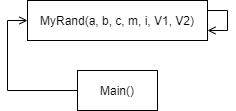
Earlier version of the draw.io export structure.png (fhctyw/Lab5.5). Source tidied: cells renumbered, new cells last; positions are measured from the earlier drawing's top-left corner, leaving out a move shared by most shapes. The source it was exported from:
```xml
<mxGraphModel>
  <root>
    <mxCell id="0" />
    <mxCell id="1" parent="0" />
    <mxCell id="2" style="edgeStyle=orthogonalEdgeStyle;rounded=0;jettySize=auto;html=1;entryX=0;entryY=0.5;entryDx=0;entryDy=0;endArrow=open;endFill=0;" parent="1" edge="1" source="3" target="4">
      <mxGeometry relative="1" as="geometry">
        <Array as="points">
          <mxPoint y="90" />
          <mxPoint y="20" />
        </Array>
      </mxGeometry>
    </mxCell>
    <mxCell id="3" value="Main()" style="rounded=0;whiteSpace=wrap;html=1;" parent="1" vertex="1">
      <mxGeometry x="70" y="70" width="80" height="40" as="geometry" />
    </mxCell>
    <mxCell id="4" value="MyRand(a, b, c, m, i, V1, V2)" style="rounded=0;whiteSpace=wrap;html=1;" parent="1" vertex="1">
      <mxGeometry x="20" width="180" height="40" as="geometry" />
    </mxCell>
    <mxCell id="5" style="edgeStyle=orthogonalEdgeStyle;rounded=0;orthogonalLoop=1;jettySize=auto;html=1;entryX=1;entryY=0.75;entryDx=0;entryDy=0;endArrow=open;endFill=0;" parent="1" edge="1" source="4" target="4">
      <mxGeometry relative="1" as="geometry">
        <Array as="points">
          <mxPoint x="220" y="10" />
          <mxPoint x="220" y="30" />
        </Array>
      </mxGeometry>
    </mxCell>
  </root>
</mxGraphModel>
```
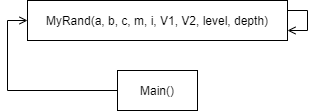
Later version of the same file.

The edit, as a diff of the source:
```diff
@@ -5,22 +5,22 @@
     <mxCell id="2" style="edgeStyle=orthogonalEdgeStyle;rounded=0;jettySize=auto;html=1;entryX=0;entryY=0.5;entryDx=0;entryDy=0;endArrow=open;endFill=0;" parent="1" edge="1" source="3" target="4">
       <mxGeometry relative="1" as="geometry">
         <Array as="points">
-          <mxPoint y="90" />
-          <mxPoint y="20" />
+          <mxPoint x="-10" y="90" />
+          <mxPoint x="-10" y="20" />
         </Array>
       </mxGeometry>
     </mxCell>
     <mxCell id="3" value="Main()" style="rounded=0;whiteSpace=wrap;html=1;" parent="1" vertex="1">
-      <mxGeometry x="70" y="70" width="80" height="40" as="geometry" />
+      <mxGeometry x="100" y="70" width="80" height="40" as="geometry" />
     </mxCell>
-    <mxCell id="4" value="MyRand(a, b, c, m, i, V1, V2)" style="rounded=0;whiteSpace=wrap;html=1;" parent="1" vertex="1">
-      <mxGeometry x="20" width="180" height="40" as="geometry" />
+    <mxCell id="4" value="MyRand(a, b, c, m, i, V1, V2, level, depth)" style="rounded=0;whiteSpace=wrap;html=1;" parent="1" vertex="1">
+      <mxGeometry x="10" width="260" height="40" as="geometry" />
     </mxCell>
     <mxCell id="5" style="edgeStyle=orthogonalEdgeStyle;rounded=0;orthogonalLoop=1;jettySize=auto;html=1;entryX=1;entryY=0.75;entryDx=0;entryDy=0;endArrow=open;endFill=0;" parent="1" edge="1" source="4" target="4">
       <mxGeometry relative="1" as="geometry">
         <Array as="points">
-          <mxPoint x="220" y="10" />
-          <mxPoint x="220" y="30" />
+          <mxPoint x="290" y="10" />
+          <mxPoint x="290" y="30" />
         </Array>
       </mxGeometry>
     </mxCell>
```
